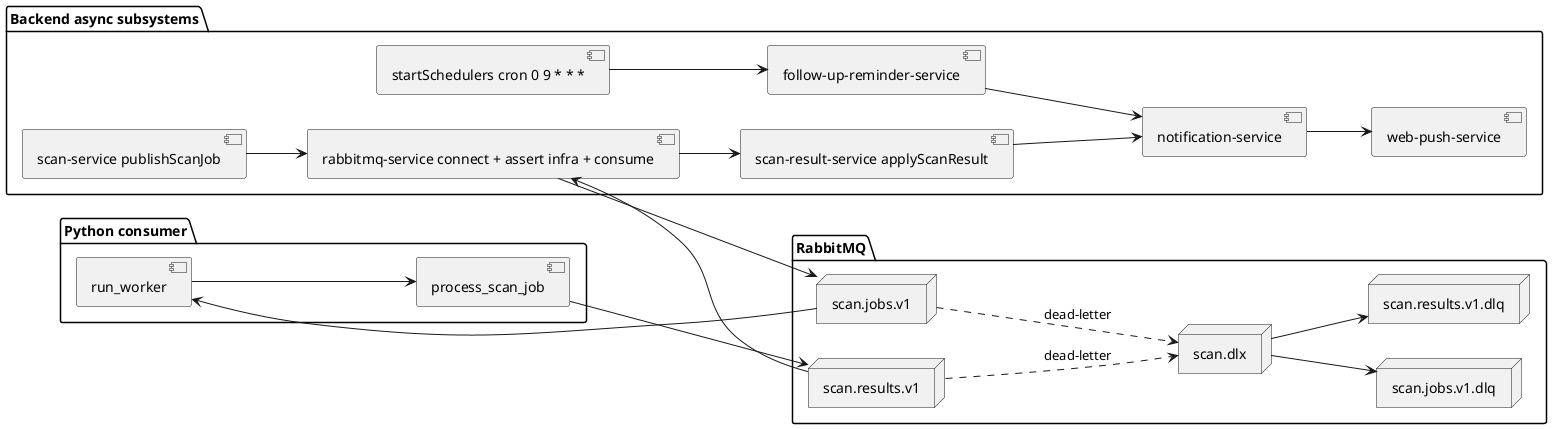
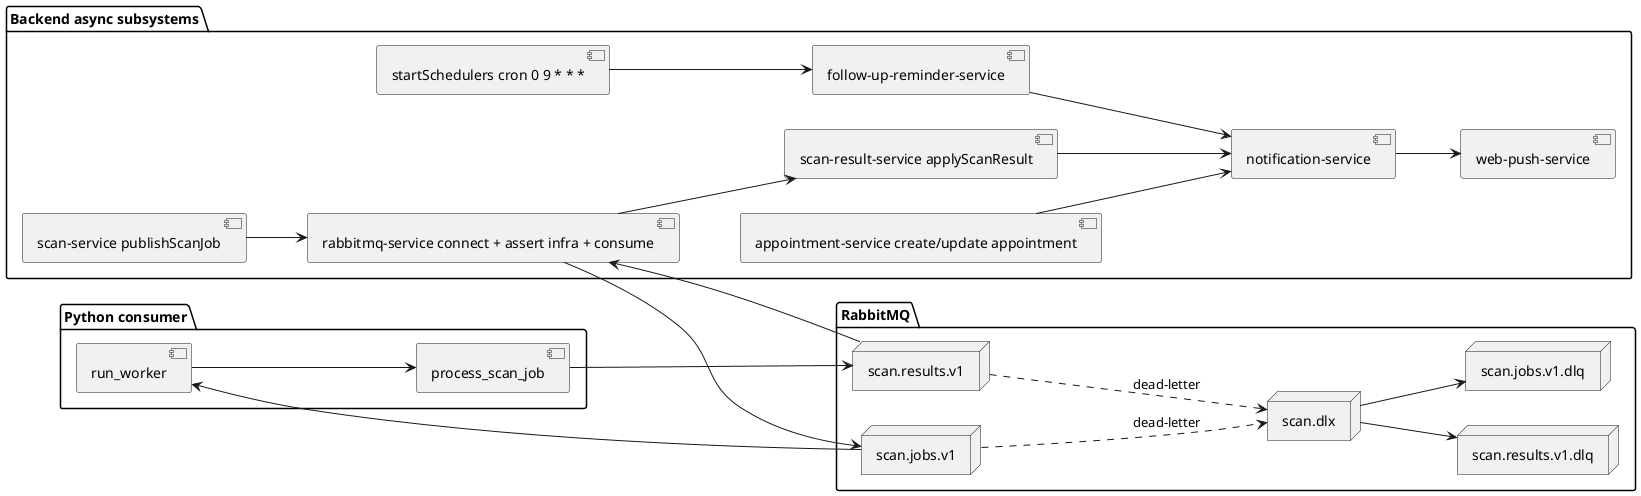
@startuml
left to right direction

package "Backend async subsystems" {
  component "scan-service publishScanJob" as scanService
+   component "appointment-service create/update appointment" as appointmentService
  component "rabbitmq-service connect + assert infra + consume" as rabbitService
  component "scan-result-service applyScanResult" as scanResultService
  component "startSchedulers cron 0 9 * * *" as scheduler
  component "follow-up-reminder-service" as followUp
  component "notification-service" as notificationService
  component "web-push-service" as pushService
}

package RabbitMQ {
  node "scan.jobs.v1" as jobs
  node "scan.results.v1" as results
  node "scan.dlx" as dlx
  node "scan.jobs.v1.dlq" as jobsDlq
  node "scan.results.v1.dlq" as resultsDlq
}

package "Python consumer" {
  component "run_worker" as workerLoop
  component "process_scan_job" as processing
}

scanService --> rabbitService
+ appointmentService --> notificationService
rabbitService --> jobs
jobs --> workerLoop
workerLoop --> processing
processing --> results
results --> rabbitService
rabbitService --> scanResultService
scanResultService --> notificationService
notificationService --> pushService
scheduler --> followUp
followUp --> notificationService

jobs ..> dlx : dead-letter
dlx --> jobsDlq
results ..> dlx : dead-letter
dlx --> resultsDlq

@enduml